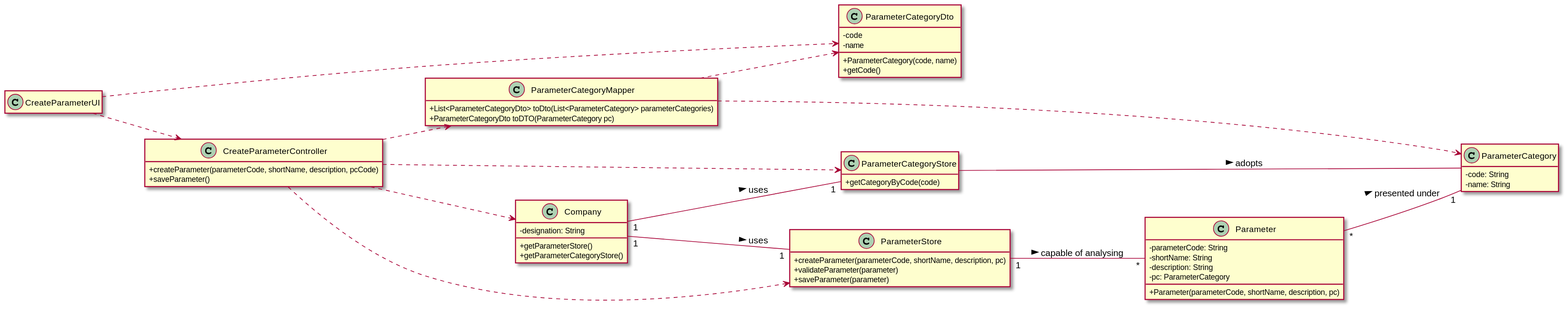
This is docs/SprintB/US_10/US010_CD.svg from ana-albergaria/LAPR2-ISEP, a PlantUML export, as it was before one commit.
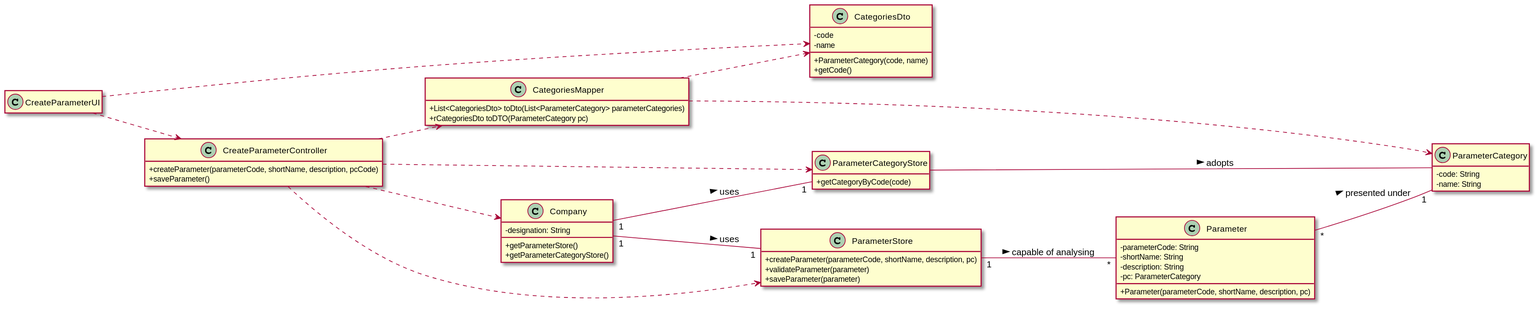
Later version of the same file.

Commit message:
Updated US10 CD for accurate class names.

What changed in the source:
```diff
@@ -4,16 +4,16 @@
 left to right direction
 skinparam classAttributeIconSize 0
 
-class ParameterCategoryDto {
+class CategoriesDto {
     -code
     -name
     +ParameterCategory(code, name)
     +getCode()
 }
 
-class ParameterCategoryMapper {
-    +List<ParameterCategoryDto> toDto(List<ParameterCategory> parameterCategories)
-    +ParameterCategoryDto toDTO(ParameterCategory pc)
+class CategoriesMapper {
+    +List<CategoriesDto> toDto(List<ParameterCategory> parameterCategories)
+    +rCategoriesDto toDTO(ParameterCategory pc)
 }
 
 class ParameterCategoryStore {
@@ -58,10 +58,10 @@
 CreateParameterController ..> Company
 CreateParameterController ..> ParameterCategoryStore
 CreateParameterController ..> ParameterStore
-CreateParameterController ..> ParameterCategoryMapper
-ParameterCategoryMapper ..> ParameterCategory
-ParameterCategoryMapper ..> ParameterCategoryDto
-CreateParameterUI ..> ParameterCategoryDto
+CreateParameterController ..> CategoriesMapper
+CategoriesMapper ..> ParameterCategory
+CategoriesMapper ..> CategoriesDto
+CreateParameterUI ..> CategoriesDto
 ParameterCategoryStore -- ParameterCategory : adopts >
 Company "1" -- "1" ParameterCategoryStore : uses >
 Company "1" -- "1" ParameterStore : uses >
```
